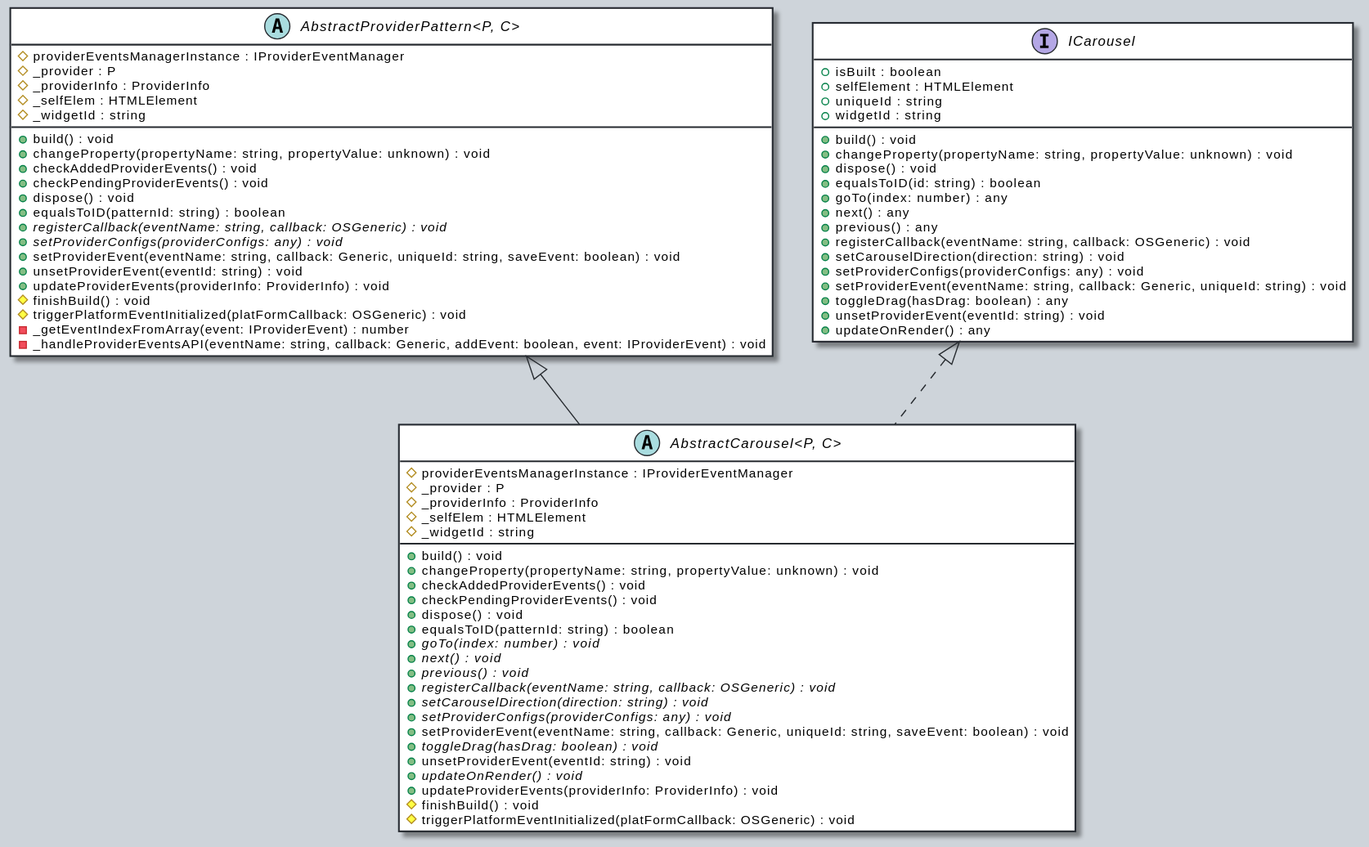
This is docs/assets/AbstractCarousel-umlClassDiagram-2497.svg from OutSystems/outsystems-ui, a PlantUML export, as it was before one commit. Its diagram source:
```plantuml
@startuml
skinparam ClassArrowColor #272b30
skinparam ClassBorderColor #272b30
skinparam ClassBackgroundColor #fff
skinparam BackgroundColor #ced4da
hide empty methods
hide empty fields
abstract class "AbstractCarousel<P, C>" {
    #providerEventsManagerInstance : IProviderEventManager
    #_provider : P
    #_providerInfo : ProviderInfo
    #_selfElem : HTMLElement
    #_widgetId : string
    +build() : void
    +changeProperty(propertyName: string, propertyValue: unknown) : void
    +checkAddedProviderEvents() : void
    +checkPendingProviderEvents() : void
    +dispose() : void
    +equalsToID(patternId: string) : boolean
    {abstract} +goTo(index: number) : void
    {abstract} +next() : void
    {abstract} +previous() : void
    {abstract} +registerCallback(eventName: string, callback: OSGeneric) : void
    {abstract} +setCarouselDirection(direction: string) : void
    {abstract} +setProviderConfigs(providerConfigs: any) : void
    +setProviderEvent(eventName: string, callback: Generic, uniqueId: string, saveEvent: boolean) : void
    {abstract} +toggleDrag(hasDrag: boolean) : void
    +unsetProviderEvent(eventId: string) : void
    {abstract} +updateOnRender() : void
    +updateProviderEvents(providerInfo: ProviderInfo) : void
    #finishBuild() : void
    #triggerPlatformEventInitialized(platFormCallback: OSGeneric) : void
}
abstract class "AbstractProviderPattern<P, C>" {
    #providerEventsManagerInstance : IProviderEventManager
    #_provider : P
    #_providerInfo : ProviderInfo
    #_selfElem : HTMLElement
    #_widgetId : string
    +build() : void
    +changeProperty(propertyName: string, propertyValue: unknown) : void
    +checkAddedProviderEvents() : void
    +checkPendingProviderEvents() : void
    +dispose() : void
    +equalsToID(patternId: string) : boolean
    {abstract} +registerCallback(eventName: string, callback: OSGeneric) : void
    {abstract} +setProviderConfigs(providerConfigs: any) : void
    +setProviderEvent(eventName: string, callback: Generic, uniqueId: string, saveEvent: boolean) : void
    +unsetProviderEvent(eventId: string) : void
    +updateProviderEvents(providerInfo: ProviderInfo) : void
    #finishBuild() : void
    #triggerPlatformEventInitialized(platFormCallback: OSGeneric) : void
    -_getEventIndexFromArray(event: IProviderEvent) : number
    -_handleProviderEventsAPI(eventName: string, callback: Generic, addEvent: boolean, event: IProviderEvent) : void
}
"AbstractProviderPattern<P, C>" <|-- "AbstractCarousel<P, C>"
interface "ICarousel" {
    +isBuilt : boolean
    +selfElement : HTMLElement
    +uniqueId : string
    +widgetId : string
    +build() : void
    +changeProperty(propertyName: string, propertyValue: unknown) : void
    +dispose() : void
    +equalsToID(id: string) : boolean
    +goTo(index: number) : any
    +next() : any
    +previous() : any
    +registerCallback(eventName: string, callback: OSGeneric) : void
    +setCarouselDirection(direction: string) : void
    +setProviderConfigs(providerConfigs: any) : void
    +setProviderEvent(eventName: string, callback: Generic, uniqueId: string) : void
    +toggleDrag(hasDrag: boolean) : any
    +unsetProviderEvent(eventId: string) : void
    +updateOnRender() : any
}
"ICarousel" <|.. "AbstractCarousel<P, C>"
@enduml
```
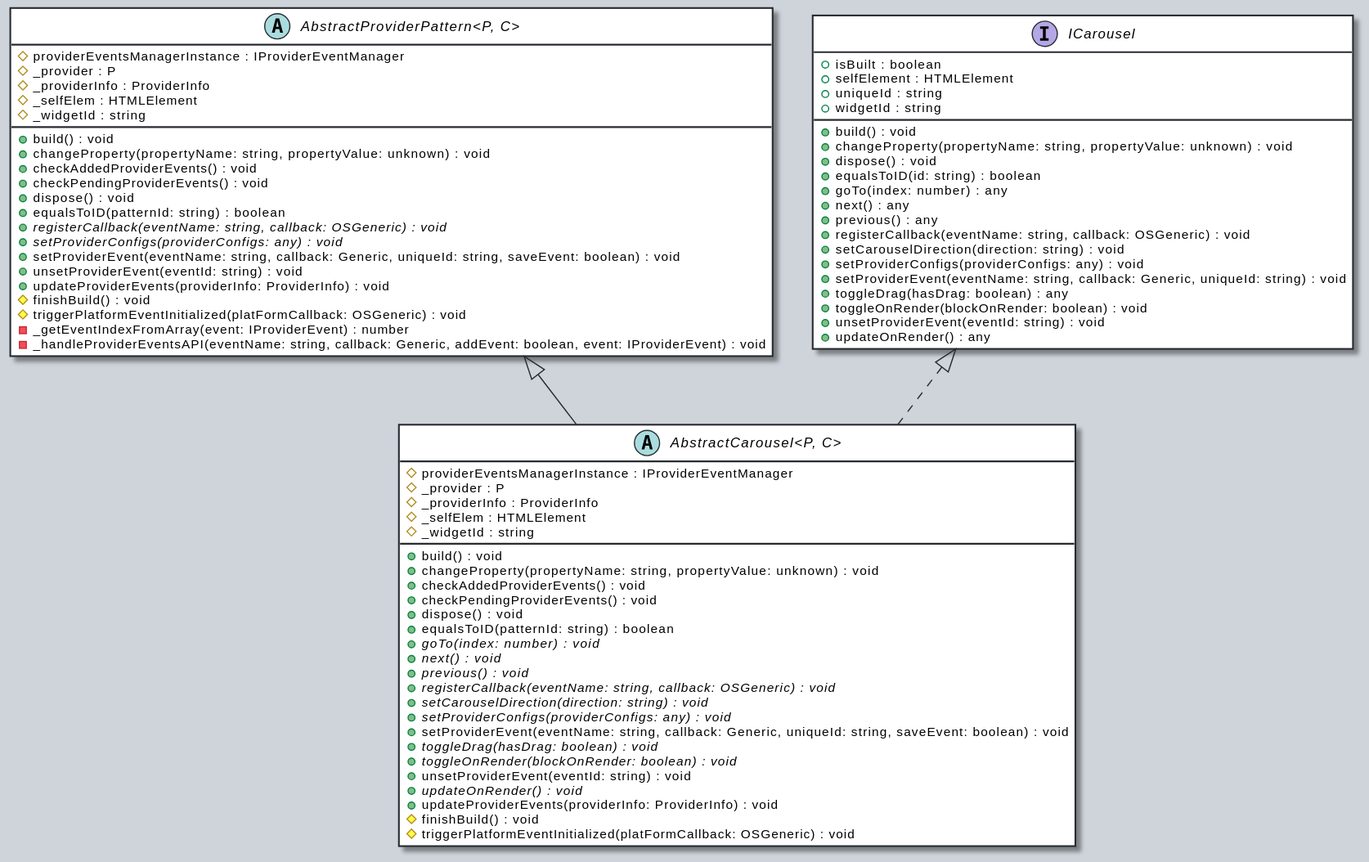
The same file after the commit.

The edit, as a diff of the source:
```diff
@@ -25,6 +25,7 @@
     {abstract} +setProviderConfigs(providerConfigs: any) : void
     +setProviderEvent(eventName: string, callback: Generic, uniqueId: string, saveEvent: boolean) : void
     {abstract} +toggleDrag(hasDrag: boolean) : void
+    {abstract} +toggleOnRender(blockOnRender: boolean) : void
     +unsetProviderEvent(eventId: string) : void
     {abstract} +updateOnRender() : void
     +updateProviderEvents(providerInfo: ProviderInfo) : void
@@ -71,6 +72,7 @@
     +setProviderConfigs(providerConfigs: any) : void
     +setProviderEvent(eventName: string, callback: Generic, uniqueId: string) : void
     +toggleDrag(hasDrag: boolean) : any
+    +toggleOnRender(blockOnRender: boolean) : void
     +unsetProviderEvent(eventId: string) : void
     +updateOnRender() : any
 }
```
